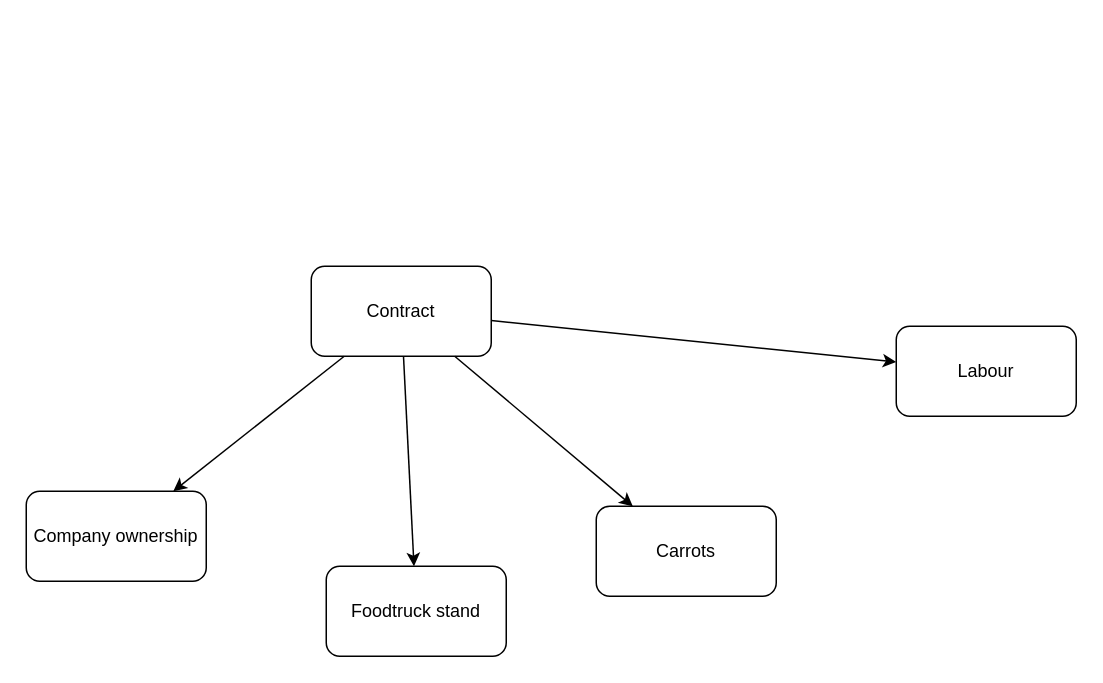
Above: page "Contract" (3 of 4) of Designs.drawio in proficientcoder/public_exchange (draw.io), before the change. Source tidied: cells renumbered, new cells numbered last; positions are measured from the earlier drawing's top-left corner, leaving out a move shared by most shapes. Both pictures are drawn from the tidied source at 150%, with x=0, y=0 at pixel (26, 266).
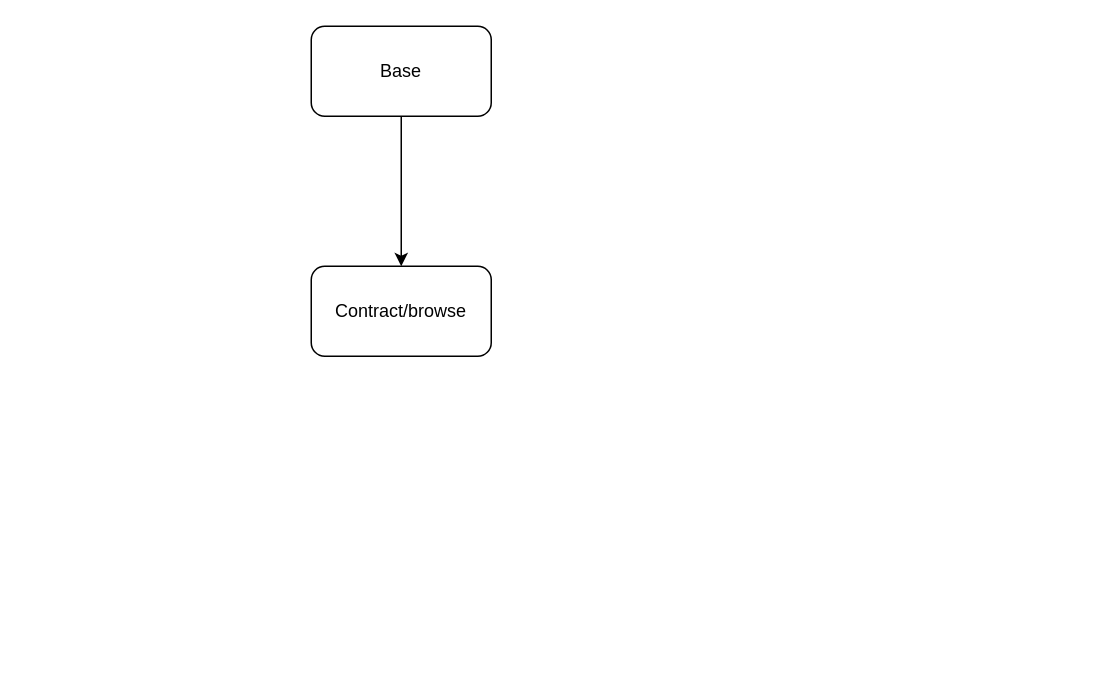
Above is the later version.

Change to the diagram source:
```diff
@@
 <mxGraphModel>
   <root>
     <mxCell id="0" />
     <mxCell id="1" parent="0" />
-    <mxCell id="2" value="Company ownership" style="rounded=1;whiteSpace=wrap;html=1;" parent="1" vertex="1">
-      <mxGeometry y="150" width="120" height="60" as="geometry" />
-    </mxCell>
-    <mxCell id="3" value="Contract" style="rounded=1;whiteSpace=wrap;html=1;" parent="1" vertex="1">
+    <mxCell id="3" value="Contract/browse" style="rounded=1;whiteSpace=wrap;html=1;" parent="1" vertex="1">
       <mxGeometry x="190" width="120" height="60" as="geometry" />
     </mxCell>
-    <mxCell id="4" style="endArrow=classic;html=1;" parent="1" edge="1" source="3" target="2">
-      <mxGeometry relative="1" as="geometry" />
-    </mxCell>
-    <mxCell id="5" value="Foodtruck stand" style="rounded=1;whiteSpace=wrap;html=1;" parent="1" vertex="1">
-      <mxGeometry x="200" y="200" width="120" height="60" as="geometry" />
-    </mxCell>
-    <mxCell id="6" value="Carrots" style="rounded=1;whiteSpace=wrap;html=1;" parent="1" vertex="1">
-      <mxGeometry x="380" y="160" width="120" height="60" as="geometry" />
-    </mxCell>
-    <mxCell id="7" style="endArrow=classic;html=1;" parent="1" edge="1" source="3" target="5">
-      <mxGeometry relative="1" as="geometry" />
-    </mxCell>
-    <mxCell id="8" style="endArrow=classic;html=1;" parent="1" edge="1" source="3" target="6">
-      <mxGeometry relative="1" as="geometry" />
-    </mxCell>
-    <mxCell id="9" value="Labour" style="rounded=1;whiteSpace=wrap;html=1;" parent="1" vertex="1">
-      <mxGeometry x="580" y="40" width="120" height="60" as="geometry" />
-    </mxCell>
-    <mxCell id="10" style="endArrow=classic;html=1;" parent="1" edge="1" source="3" target="9">
-      <mxGeometry relative="1" as="geometry" />
-    </mxCell>
+    <mxCell id="11" value="Base" style="rounded=1;whiteSpace=wrap;html=1;" parent="1" vertex="1">
+      <mxGeometry x="190" y="-160" width="120" height="60" as="geometry" />
+    </mxCell>
+    <mxCell id="12" style="endArrow=classic;html=1;noEdgeStyle=1;orthogonal=1;" parent="1" edge="1" source="11" target="3">
+      <mxGeometry relative="1" as="geometry">
+        <Array as="points">
+          <mxPoint x="250" y="-88" />
+          <mxPoint x="250" y="-12" />
+        </Array>
+      </mxGeometry>
+    </mxCell>
   </root>
 </mxGraphModel>
```
